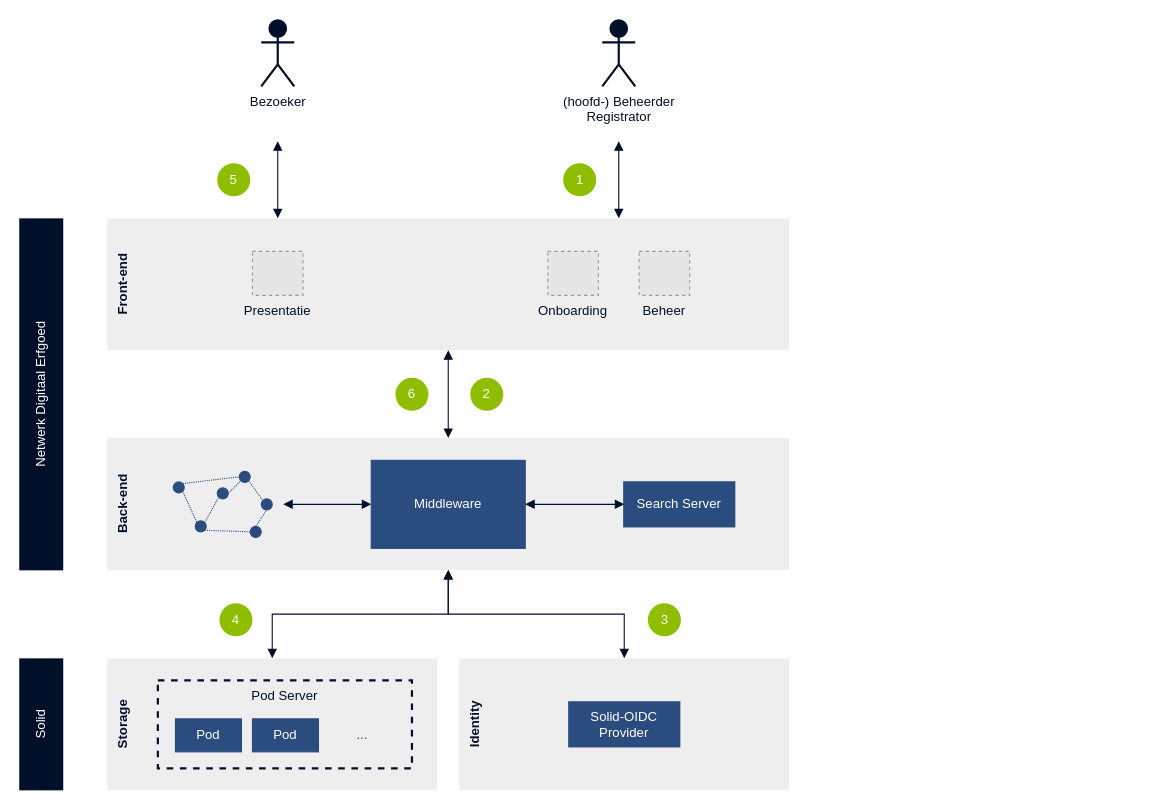
This is docs/modules/ROOT/images/architecture-future.drawio from netwerk-digitaal-erfgoed/solid-crs, a draw.io file, before an edit. Source tidied: cells renumbered, new cells numbered last; positions are measured from the earlier drawing's top-left corner, leaving out a move shared by most shapes. Both pictures are drawn from the tidied source at 110%, with x=0, y=0 at pixel (-135, 20). Pictures stored in the file or linked from it are replaced by grey dashed boxes.
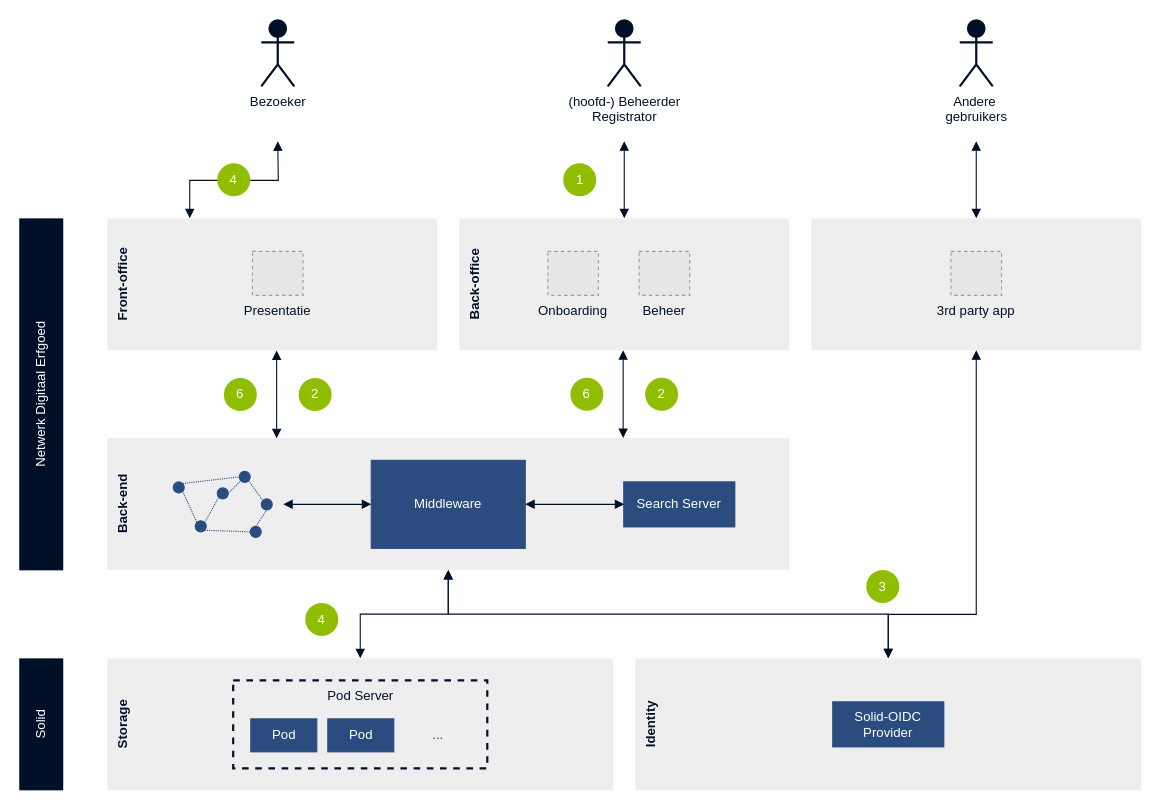
The same diagram, later.

Commit message (it also covers changes not shown here):
docs: added third party apps to architecture

Unchanged cells that the change refers to:
```xml
<mxCell id="2" value="Back-end" style="rounded=0;whiteSpace=wrap;html=1;horizontal=0;verticalAlign=top;fontStyle=1;fillColor=#EEE;strokeColor=none;fontColor=#001029;" parent="1" vertex="1">
  <mxGeometry x="220" y="379.6" width="620" height="120" as="geometry" />
</mxCell>
```

Change to the diagram source:
```diff
@@
-    <mxCell id="3" style="edgeStyle=orthogonalEdgeStyle;rounded=0;jettySize=auto;html=1;exitX=0.25;exitY=0;exitDx=0;exitDy=0;startArrow=block;startFill=1;endArrow=block;endFill=1;strokeColor=#001028;fontColor=#FFFFFF;" parent="1" edge="1" source="4">
-      <mxGeometry relative="1" as="geometry">
-        <mxPoint x="375" y="110" as="targetPoint" />
-      </mxGeometry>
-    </mxCell>
-    <mxCell id="4" value="Front-end" style="rounded=0;whiteSpace=wrap;html=1;horizontal=0;verticalAlign=top;fontStyle=1;fillColor=#EEE;strokeColor=none;fontColor=#001029;" parent="1" vertex="1">
-      <mxGeometry x="220" y="180" width="620" height="120" as="geometry" />
-    </mxCell>
-    <mxCell id="5" value="Bezoeker" style="shape=umlActor;verticalLabelPosition=bottom;verticalAlign=top;html=1;strokeWidth=2;fontColor=#001028;fillColor=#001028;strokeColor=#001028;" parent="1" vertex="1">
-      <mxGeometry x="360" width="30" height="60" as="geometry" />
-    </mxCell>
-    <mxCell id="6" value="Presentatie" style="fillColor=#E6E6E6;strokeColor=#999999;dashed=1;verticalLabelPosition=bottom;verticalAlign=top;fontColor=#001028;" parent="1" vertex="1">
-      <mxGeometry x="352" y="210" width="46" height="40" as="geometry" />
-    </mxCell>
-    <mxCell id="7" value="Onboarding" style="fillColor=#E6E6E6;strokeColor=#999999;dashed=1;verticalLabelPosition=bottom;verticalAlign=top;fontColor=#001028;" parent="1" vertex="1">
-      <mxGeometry x="620.5" y="210" width="46" height="40" as="geometry" />
-    </mxCell>
-    <mxCell id="8" value="Beheer" style="fillColor=#E6E6E6;strokeColor=#999999;dashed=1;verticalLabelPosition=bottom;verticalAlign=top;fontColor=#001028;" parent="1" vertex="1">
-      <mxGeometry x="703.5" y="210" width="46" height="40" as="geometry" />
-    </mxCell>
@@
-    <mxCell id="10" value="5" style="ellipse;whiteSpace=wrap;html=1;fontColor=#FFFFFF;fillColor=#8FBE00;strokeColor=none;" parent="1" vertex="1">
-      <mxGeometry x="320" y="130" width="30" height="30" as="geometry" />
-    </mxCell>
-    <mxCell id="11" value="(hoofd-) Beheerder&lt;br&gt;Registrator" style="shape=umlActor;verticalLabelPosition=bottom;verticalAlign=top;html=1;strokeWidth=2;fontColor=#001028;fillColor=#001028;strokeColor=#001028;" parent="1" vertex="1">
-      <mxGeometry x="670" width="30" height="60" as="geometry" />
-    </mxCell>
-    <mxCell id="12" style="edgeStyle=orthogonalEdgeStyle;rounded=0;jettySize=auto;html=1;exitX=0.75;exitY=0;exitDx=0;exitDy=0;startArrow=block;startFill=1;endArrow=block;endFill=1;strokeColor=#001028;fontColor=#FFFFFF;" parent="1" edge="1" source="4">
-      <mxGeometry relative="1" as="geometry">
-        <mxPoint x="685" y="110" as="targetPoint" />
-      </mxGeometry>
-    </mxCell>
-    <mxCell id="13" value="1" style="ellipse;whiteSpace=wrap;html=1;fontColor=#FFFFFF;fillColor=#8FBE00;strokeColor=none;" parent="1" vertex="1">
-      <mxGeometry x="634.5" y="130" width="30" height="30" as="geometry" />
-    </mxCell>
-    <mxCell id="14" value="Storage" style="rounded=0;whiteSpace=wrap;html=1;horizontal=0;verticalAlign=top;fontStyle=1;fillColor=#EEE;strokeColor=none;fontColor=#001029;" parent="1" vertex="1">
-      <mxGeometry x="220" y="580" width="300" height="120" as="geometry" />
-    </mxCell>
-    <mxCell id="15" value="Identity" style="rounded=0;whiteSpace=wrap;html=1;horizontal=0;verticalAlign=top;fontStyle=1;fillColor=#EEE;strokeColor=none;fontColor=#001029;" parent="1" vertex="1">
-      <mxGeometry x="540" y="580" width="300" height="120" as="geometry" />
-    </mxCell>
-    <mxCell id="16" value="Solid-OIDC&lt;br&gt;Provider" style="rounded=0;whiteSpace=wrap;html=1;strokeWidth=2;fillColor=#2B4C7F;fontColor=#FFFFFF;strokeColor=#2B4C7F;" parent="1" vertex="1">
-      <mxGeometry x="640" y="620" width="100" height="40" as="geometry" />
-    </mxCell>
-    <mxCell id="17" value="Pod Server" style="rounded=0;whiteSpace=wrap;html=1;horizontal=1;verticalAlign=top;strokeWidth=2;dashed=1;fillColor=none;strokeColor=#001028;fontColor=#001028;" parent="1" vertex="1">
-      <mxGeometry x="266" y="600" width="231" height="80" as="geometry" />
-    </mxCell>
-    <mxCell id="18" value="Pod" style="rounded=0;whiteSpace=wrap;html=1;fillColor=#2B4C7F;fontColor=#FFFFFF;strokeColor=#2B4C7F;" parent="1" vertex="1">
-      <mxGeometry x="282" y="635" width="60" height="30" as="geometry" />
-    </mxCell>
-    <mxCell id="19" value="Pod" style="rounded=0;whiteSpace=wrap;html=1;fillColor=#2B4C7F;fontColor=#FFFFFF;strokeColor=#2B4C7F;" parent="1" vertex="1">
-      <mxGeometry x="352" y="635" width="60" height="30" as="geometry" />
-    </mxCell>
-    <mxCell id="20" value="..." style="rounded=0;whiteSpace=wrap;html=1;strokeColor=none;fillColor=none;fontColor=#2B4C7F;" parent="1" vertex="1">
-      <mxGeometry x="422" y="635" width="60" height="30" as="geometry" />
-    </mxCell>
@@
-    <mxCell id="25" style="edgeStyle=orthogonalEdgeStyle;rounded=0;jettySize=auto;html=1;exitX=0.5;exitY=0;exitDx=0;exitDy=0;startArrow=block;startFill=1;endArrow=block;endFill=1;strokeColor=#001028;fontColor=#FFFFFF;entryX=0.5;entryY=1;entryDx=0;entryDy=0;" parent="1" edge="1" source="2" target="4">
-      <mxGeometry relative="1" as="geometry" />
+    <mxCell id="25" style="edgeStyle=orthogonalEdgeStyle;rounded=0;orthogonalLoop=1;jettySize=auto;html=1;exitX=0.5;exitY=0;exitDx=0;exitDy=0;startArrow=block;startFill=1;endArrow=block;endFill=1;strokeColor=#001028;fontColor=#FFFFFF;entryX=0.5;entryY=1;entryDx=0;entryDy=0;" parent="1" edge="1">
+      <mxGeometry relative="1" as="geometry">
+        <mxPoint x="374" y="379.8" as="sourcePoint" />
+        <mxPoint x="374" y="300.2" as="targetPoint" />
+      </mxGeometry>
     </mxCell>
@@
     <mxCell id="44" value="2" style="ellipse;whiteSpace=wrap;html=1;fontColor=#FFFFFF;fillColor=#8FBE00;strokeColor=none;" parent="1" vertex="1">
-      <mxGeometry x="550" y="325" width="30" height="30" as="geometry" />
+      <mxGeometry x="394" y="325.2" width="30" height="30" as="geometry" />
     </mxCell>
-    <mxCell id="45" value="3" style="ellipse;whiteSpace=wrap;html=1;fontColor=#FFFFFF;fillColor=#8FBE00;strokeColor=none;" parent="1" vertex="1">
-      <mxGeometry x="711.5" y="530" width="30" height="30" as="geometry" />
-    </mxCell>
     <mxCell id="46" value="4" style="ellipse;whiteSpace=wrap;html=1;fontColor=#FFFFFF;fillColor=#8FBE00;strokeColor=none;" parent="1" vertex="1">
-      <mxGeometry x="322" y="530" width="30" height="30" as="geometry" />
+      <mxGeometry x="400" y="529.6" width="30" height="30" as="geometry" />
     </mxCell>
     <mxCell id="47" value="6" style="ellipse;whiteSpace=wrap;html=1;fontColor=#FFFFFF;fillColor=#8FBE00;strokeColor=none;" parent="1" vertex="1">
-      <mxGeometry x="482" y="325" width="30" height="30" as="geometry" />
+      <mxGeometry x="326" y="325.2" width="30" height="30" as="geometry" />
     </mxCell>
+    <mxCell id="48" value="Back-office" style="rounded=0;whiteSpace=wrap;html=1;horizontal=0;verticalAlign=top;fontStyle=1;fillColor=#EEE;strokeColor=none;fontColor=#001029;" parent="1" vertex="1">
+      <mxGeometry x="540" y="180" width="300" height="120" as="geometry" />
+    </mxCell>
+    <mxCell id="49" style="edgeStyle=orthogonalEdgeStyle;rounded=0;jettySize=auto;html=1;exitX=0.25;exitY=0;exitDx=0;exitDy=0;startArrow=block;startFill=1;endArrow=block;endFill=1;strokeColor=#001028;fontColor=#FFFFFF;" parent="1" edge="1" source="50">
+      <mxGeometry relative="1" as="geometry">
+        <mxPoint x="375" y="110" as="targetPoint" />
+      </mxGeometry>
+    </mxCell>
+    <mxCell id="50" value="Front-office" style="rounded=0;whiteSpace=wrap;html=1;horizontal=0;verticalAlign=top;fontStyle=1;fillColor=#EEE;strokeColor=none;fontColor=#001029;" parent="1" vertex="1">
+      <mxGeometry x="220" y="180" width="300" height="120" as="geometry" />
+    </mxCell>
+    <mxCell id="5" value="Bezoeker" style="shape=umlActor;verticalLabelPosition=bottom;verticalAlign=top;html=1;strokeWidth=2;fontColor=#001028;fillColor=#001028;strokeColor=#001028;" parent="1" vertex="1">
+      <mxGeometry x="360" width="30" height="60" as="geometry" />
+    </mxCell>
+    <mxCell id="6" value="Presentatie" style="fillColor=#E6E6E6;strokeColor=#999999;dashed=1;verticalLabelPosition=bottom;verticalAlign=top;fontColor=#001028;" parent="1" vertex="1">
+      <mxGeometry x="352" y="210" width="46" height="40" as="geometry" />
+    </mxCell>
+    <mxCell id="7" value="Onboarding" style="fillColor=#E6E6E6;strokeColor=#999999;dashed=1;verticalLabelPosition=bottom;verticalAlign=top;fontColor=#001028;" parent="1" vertex="1">
+      <mxGeometry x="620.5" y="210" width="46" height="40" as="geometry" />
+    </mxCell>
+    <mxCell id="8" value="Beheer" style="fillColor=#E6E6E6;strokeColor=#999999;dashed=1;verticalLabelPosition=bottom;verticalAlign=top;fontColor=#001028;" parent="1" vertex="1">
+      <mxGeometry x="703.5" y="210" width="46" height="40" as="geometry" />
+    </mxCell>
+    <mxCell id="51" value="4" style="ellipse;whiteSpace=wrap;html=1;fontColor=#FFFFFF;fillColor=#8FBE00;strokeColor=none;" parent="1" vertex="1">
+      <mxGeometry x="320" y="130" width="30" height="30" as="geometry" />
+    </mxCell>
+    <mxCell id="11" value="(hoofd-) Beheerder&lt;br&gt;Registrator" style="shape=umlActor;verticalLabelPosition=bottom;verticalAlign=top;html=1;strokeWidth=2;fontColor=#001028;fillColor=#001028;strokeColor=#001028;" parent="1" vertex="1">
+      <mxGeometry x="675" width="30" height="60" as="geometry" />
+    </mxCell>
+    <mxCell id="52" style="edgeStyle=orthogonalEdgeStyle;rounded=0;jettySize=auto;html=1;exitX=0.5;exitY=0;exitDx=0;exitDy=0;startArrow=block;startFill=1;endArrow=block;endFill=1;strokeColor=#001028;fontColor=#FFFFFF;" parent="1" edge="1" source="48">
+      <mxGeometry relative="1" as="geometry">
+        <mxPoint x="690" y="110" as="targetPoint" />
+      </mxGeometry>
+    </mxCell>
+    <mxCell id="13" value="1" style="ellipse;whiteSpace=wrap;html=1;fontColor=#FFFFFF;fillColor=#8FBE00;strokeColor=none;" parent="1" vertex="1">
+      <mxGeometry x="634.5" y="130" width="30" height="30" as="geometry" />
+    </mxCell>
+    <mxCell id="53" style="rounded=0;whiteSpace=wrap;html=1;horizontal=0;verticalAlign=top;fontStyle=1;fillColor=#EEE;strokeColor=none;fontColor=#001029;" parent="1" vertex="1">
+      <mxGeometry x="860" y="180" width="300" height="120" as="geometry" />
+    </mxCell>
+    <mxCell id="54" value="Andere&amp;nbsp;&lt;br&gt;gebruikers" style="shape=umlActor;verticalLabelPosition=bottom;verticalAlign=top;html=1;strokeWidth=2;fontColor=#001028;fillColor=#001028;strokeColor=#001028;" parent="1" vertex="1">
+      <mxGeometry x="995" width="30" height="60" as="geometry" />
+    </mxCell>
+    <mxCell id="55" style="edgeStyle=orthogonalEdgeStyle;rounded=0;jettySize=auto;html=1;exitX=0.5;exitY=0;exitDx=0;exitDy=0;startArrow=block;startFill=1;endArrow=block;endFill=1;strokeColor=#001028;fontColor=#FFFFFF;" parent="1" edge="1" source="53">
+      <mxGeometry relative="1" as="geometry">
+        <mxPoint x="1010" y="110" as="targetPoint" />
+      </mxGeometry>
+    </mxCell>
+    <mxCell id="56" value="3rd party app" style="fillColor=#E6E6E6;strokeColor=#999999;dashed=1;verticalLabelPosition=bottom;verticalAlign=top;fontColor=#001028;" parent="1" vertex="1">
+      <mxGeometry x="987" y="210" width="46" height="40" as="geometry" />
+    </mxCell>
+    <mxCell id="57" style="edgeStyle=orthogonalEdgeStyle;rounded=0;jettySize=auto;html=1;startArrow=block;startFill=1;endArrow=block;endFill=1;strokeColor=#001028;fontColor=#FFFFFF;exitX=0.5;exitY=0;exitDx=0;exitDy=0;entryX=0.5;entryY=1;entryDx=0;entryDy=0;" parent="1" edge="1" source="15" target="53">
+      <mxGeometry relative="1" as="geometry">
+        <Array as="points">
+          <mxPoint x="930" y="540" />
+          <mxPoint x="1010" y="540" />
+        </Array>
+      </mxGeometry>
+    </mxCell>
+    <mxCell id="45" value="3" style="ellipse;whiteSpace=wrap;html=1;fontColor=#FFFFFF;fillColor=#8FBE00;strokeColor=none;" parent="1" vertex="1">
+      <mxGeometry x="910" y="499.6" width="30" height="30" as="geometry" />
+    </mxCell>
+    <mxCell id="14" value="Storage" style="rounded=0;whiteSpace=wrap;html=1;horizontal=0;verticalAlign=top;fontStyle=1;fillColor=#EEE;strokeColor=none;fontColor=#001029;" parent="1" vertex="1">
+      <mxGeometry x="220" y="580" width="460" height="120" as="geometry" />
+    </mxCell>
+    <mxCell id="15" value="Identity" style="rounded=0;whiteSpace=wrap;html=1;horizontal=0;verticalAlign=top;fontStyle=1;fillColor=#EEE;strokeColor=none;fontColor=#001029;" parent="1" vertex="1">
+      <mxGeometry x="700" y="580" width="460" height="120" as="geometry" />
+    </mxCell>
+    <mxCell id="16" value="Solid-OIDC&lt;br&gt;Provider" style="rounded=0;whiteSpace=wrap;html=1;strokeWidth=2;fillColor=#2B4C7F;fontColor=#FFFFFF;strokeColor=#2B4C7F;" parent="1" vertex="1">
+      <mxGeometry x="880" y="620" width="100" height="40" as="geometry" />
+    </mxCell>
+    <mxCell id="17" value="Pod Server" style="rounded=0;whiteSpace=wrap;html=1;horizontal=1;verticalAlign=top;strokeWidth=2;dashed=1;fillColor=none;strokeColor=#001028;fontColor=#001028;" parent="1" vertex="1">
+      <mxGeometry x="334.5" y="600" width="231" height="80" as="geometry" />
+    </mxCell>
+    <mxCell id="58" value="Pod" style="rounded=0;whiteSpace=wrap;html=1;fillColor=#2B4C7F;fontColor=#FFFFFF;strokeColor=#2B4C7F;" parent="1" vertex="1">
+      <mxGeometry x="350.5" y="635" width="60" height="30" as="geometry" />
+    </mxCell>
+    <mxCell id="59" value="Pod" style="rounded=0;whiteSpace=wrap;html=1;fillColor=#2B4C7F;fontColor=#FFFFFF;strokeColor=#2B4C7F;" parent="1" vertex="1">
+      <mxGeometry x="420.5" y="635" width="60" height="30" as="geometry" />
+    </mxCell>
+    <mxCell id="20" value="..." style="rounded=0;whiteSpace=wrap;html=1;strokeColor=none;fillColor=none;fontColor=#2B4C7F;" parent="1" vertex="1">
+      <mxGeometry x="490.5" y="635" width="60" height="30" as="geometry" />
+    </mxCell>
+    <mxCell id="60" style="edgeStyle=orthogonalEdgeStyle;rounded=0;orthogonalLoop=1;jettySize=auto;html=1;exitX=0.5;exitY=0;exitDx=0;exitDy=0;startArrow=block;startFill=1;endArrow=block;endFill=1;strokeColor=#001028;fontColor=#FFFFFF;entryX=0.5;entryY=1;entryDx=0;entryDy=0;" parent="1" edge="1">
+      <mxGeometry relative="1" as="geometry">
+        <mxPoint x="689" y="379.6" as="sourcePoint" />
+        <mxPoint x="689" y="300" as="targetPoint" />
+      </mxGeometry>
+    </mxCell>
+    <mxCell id="61" value="2" style="ellipse;whiteSpace=wrap;html=1;fontColor=#FFFFFF;fillColor=#8FBE00;strokeColor=none;" parent="1" vertex="1">
+      <mxGeometry x="709" y="325" width="30" height="30" as="geometry" />
+    </mxCell>
+    <mxCell id="62" value="6" style="ellipse;whiteSpace=wrap;html=1;fontColor=#FFFFFF;fillColor=#8FBE00;strokeColor=none;" parent="1" vertex="1">
+      <mxGeometry x="641" y="325" width="30" height="30" as="geometry" />
+    </mxCell>
```
